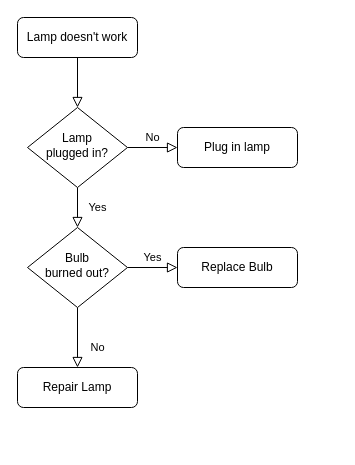
This is Диаграмма без названия.drawio from lupodkrov/avivo-veronika-algoritm, a draw.io file, before an edit. Source tidied: cells renumbered, new cells numbered last; positions are measured from the earlier drawing's top-left corner, leaving out a move shared by most shapes. Both pictures are drawn from the tidied source at 100%, with x=0, y=0 at pixel (17, 17).
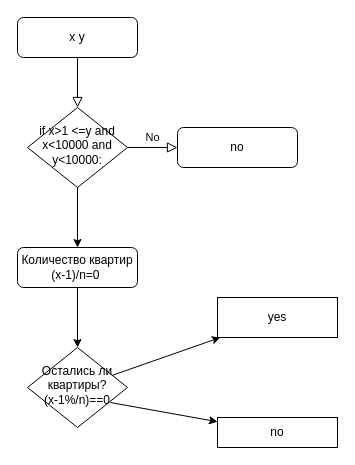
The same diagram, later.

The edit, as a diff of the source:
```diff
@@
 <mxGraphModel>
   <root>
     <mxCell id="0" />
     <mxCell id="1" parent="0" />
     <mxCell id="2" style="rounded=0;html=1;jettySize=auto;fontSize=11;endArrow=block;endFill=0;endSize=8;strokeWidth=1;shadow=0;labelBackgroundColor=none;edgeStyle=orthogonalEdgeStyle;" parent="1" edge="1" source="3" target="6">
       <mxGeometry relative="1" as="geometry" />
     </mxCell>
-    <mxCell id="3" value="Lamp doesn't work" style="rounded=1;whiteSpace=wrap;html=1;fontSize=12;glass=0;strokeWidth=1;shadow=0;" parent="1" vertex="1">
+    <mxCell id="3" value="x y" style="rounded=1;whiteSpace=wrap;html=1;fontSize=12;glass=0;strokeWidth=1;shadow=0;" parent="1" vertex="1">
       <mxGeometry width="120" height="40" as="geometry" />
     </mxCell>
-    <mxCell id="4" value="Yes" style="rounded=0;html=1;jettySize=auto;fontSize=11;endArrow=block;endFill=0;endSize=8;strokeWidth=1;shadow=0;labelBackgroundColor=none;edgeStyle=orthogonalEdgeStyle;" parent="1" edge="1" source="6" target="10">
-      <mxGeometry y="20" relative="1" as="geometry" />
-    </mxCell>
     <mxCell id="5" value="No" style="edgeStyle=orthogonalEdgeStyle;rounded=0;html=1;jettySize=auto;fontSize=11;endArrow=block;endFill=0;endSize=8;strokeWidth=1;shadow=0;labelBackgroundColor=none;" parent="1" edge="1" source="6" target="7">
       <mxGeometry y="10" relative="1" as="geometry" />
     </mxCell>
-    <mxCell id="6" value="Lamp&lt;br&gt;plugged in?" style="rhombus;whiteSpace=wrap;html=1;shadow=0;fontFamily=Helvetica;fontSize=12;align=center;strokeWidth=1;spacing=6;spacingTop=-4;" parent="1" vertex="1">
+    <mxCell id="6" value="if x&amp;gt;1 &amp;lt;=y and x&amp;lt;10000 and y&amp;lt;10000:" style="rhombus;whiteSpace=wrap;html=1;shadow=0;fontFamily=Helvetica;fontSize=12;align=center;strokeWidth=1;spacing=6;spacingTop=-4;" parent="1" vertex="1">
       <mxGeometry x="10" y="90" width="100" height="80" as="geometry" />
     </mxCell>
-    <mxCell id="7" value="Plug in lamp" style="rounded=1;whiteSpace=wrap;html=1;fontSize=12;glass=0;strokeWidth=1;shadow=0;" parent="1" vertex="1">
+    <mxCell id="7" value="no" style="rounded=1;whiteSpace=wrap;html=1;fontSize=12;glass=0;strokeWidth=1;shadow=0;" parent="1" vertex="1">
       <mxGeometry x="160" y="110" width="120" height="40" as="geometry" />
     </mxCell>
-    <mxCell id="8" value="No" style="rounded=0;html=1;jettySize=auto;fontSize=11;endArrow=block;endFill=0;endSize=8;strokeWidth=1;shadow=0;labelBackgroundColor=none;edgeStyle=orthogonalEdgeStyle;" parent="1" edge="1" source="10" target="11">
-      <mxGeometry x="0.33" y="20" relative="1" as="geometry" />
-    </mxCell>
-    <mxCell id="9" value="Yes" style="edgeStyle=orthogonalEdgeStyle;rounded=0;html=1;jettySize=auto;fontSize=11;endArrow=block;endFill=0;endSize=8;strokeWidth=1;shadow=0;labelBackgroundColor=none;" parent="1" edge="1" source="10" target="12">
-      <mxGeometry y="10" relative="1" as="geometry" />
-    </mxCell>
-    <mxCell id="10" value="Bulb&lt;br&gt;burned out?" style="rhombus;whiteSpace=wrap;html=1;shadow=0;fontFamily=Helvetica;fontSize=12;align=center;strokeWidth=1;spacing=6;spacingTop=-4;" parent="1" vertex="1">
-      <mxGeometry x="10" y="210" width="100" height="80" as="geometry" />
+    <mxCell id="10" value="Остались ли квартиры?&lt;br&gt;(x-1%/n)==0" style="rhombus;whiteSpace=wrap;html=1;shadow=0;fontFamily=Helvetica;fontSize=12;align=center;strokeWidth=1;spacing=6;spacingTop=-4;" parent="1" vertex="1">
+      <mxGeometry x="10" y="330" width="100" height="80" as="geometry" />
     </mxCell>
-    <mxCell id="11" value="Repair Lamp" style="rounded=1;whiteSpace=wrap;html=1;fontSize=12;glass=0;strokeWidth=1;shadow=0;" parent="1" vertex="1">
-      <mxGeometry y="350" width="120" height="40" as="geometry" />
-    </mxCell>
-    <mxCell id="12" value="Replace Bulb" style="rounded=1;whiteSpace=wrap;html=1;fontSize=12;glass=0;strokeWidth=1;shadow=0;" parent="1" vertex="1">
-      <mxGeometry x="160" y="230" width="120" height="40" as="geometry" />
+    <mxCell id="12" value="Количество квартир&lt;br&gt;(x-1)/n=0&amp;nbsp;" style="rounded=1;whiteSpace=wrap;html=1;fontSize=12;glass=0;strokeWidth=1;shadow=0;" parent="1" vertex="1">
+      <mxGeometry y="230" width="120" height="40" as="geometry" />
     </mxCell>
+    <mxCell id="13" style="edgeStyle=orthogonalEdgeStyle;rounded=0;orthogonalLoop=1;jettySize=auto;html=1;exitX=0.5;exitY=1;exitDx=0;exitDy=0;" parent="1" edge="1" source="6" target="6">
+      <mxGeometry relative="1" as="geometry" />
+    </mxCell>
+    <mxCell id="14" style="endArrow=classic;html=1;rounded=0;" parent="1" edge="1" target="12">
+      <mxGeometry relative="1" as="geometry">
+        <mxPoint x="60" y="170" as="sourcePoint" />
+      </mxGeometry>
+    </mxCell>
+    <mxCell id="15" style="endArrow=classic;html=1;rounded=0;exitX=0.5;exitY=1;exitDx=0;exitDy=0;" parent="1" edge="1" source="12" target="10">
+      <mxGeometry relative="1" as="geometry" />
+    </mxCell>
+    <mxCell id="16" style="endArrow=classic;html=1;rounded=0;" parent="1" edge="1" source="10" target="17">
+      <mxGeometry relative="1" as="geometry" />
+    </mxCell>
+    <mxCell id="17" value="yes" style="rounded=0;whiteSpace=wrap;html=1;" parent="1" vertex="1">
+      <mxGeometry x="200" y="280" width="120" height="40" as="geometry" />
+    </mxCell>
+    <mxCell id="18" style="endArrow=classic;html=1;rounded=0;exitX=0.83;exitY=0.688;exitDx=0;exitDy=0;exitPerimeter=0;" parent="1" edge="1" source="10" target="19">
+      <mxGeometry relative="1" as="geometry" />
+    </mxCell>
+    <mxCell id="19" value="no" style="rounded=0;whiteSpace=wrap;html=1;" parent="1" vertex="1">
+      <mxGeometry x="200" y="400" width="120" height="30" as="geometry" />
+    </mxCell>
   </root>
 </mxGraphModel>
```
